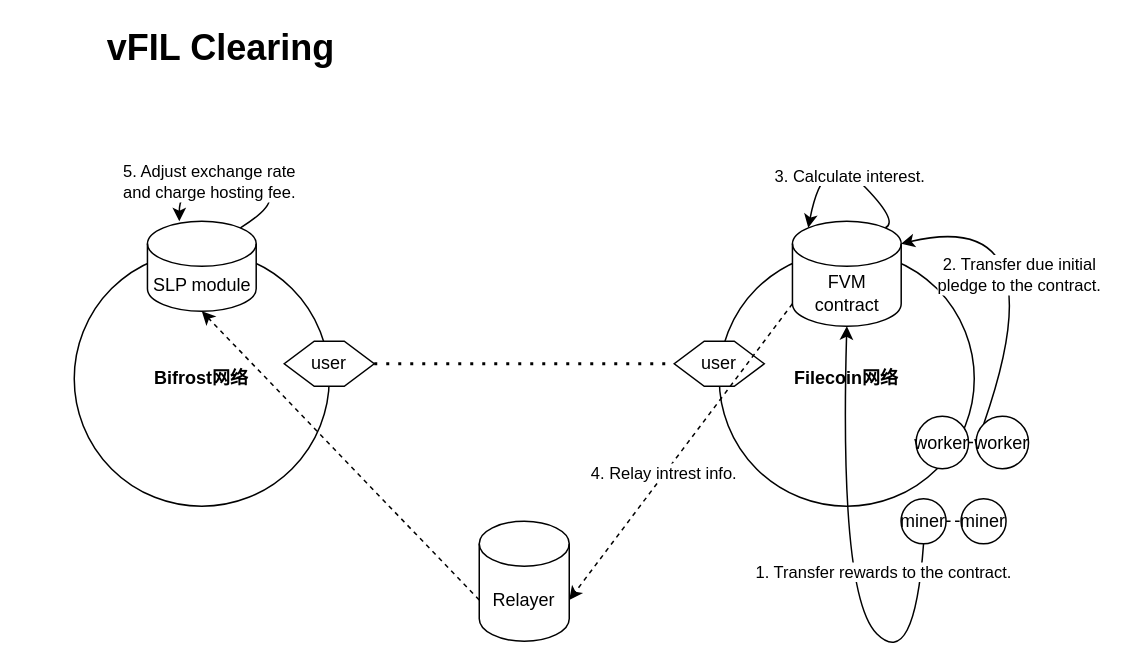
Above: vfil-clearing-fvm.drawio in herryho/flowchars (draw.io), before the change. Source tidied: cells renumbered, new cells numbered last; positions are measured from the earlier drawing's top-left corner, leaving out a move shared by most shapes. Both pictures are drawn from the tidied source at 150%, with x=0, y=0 at pixel (26, 26).
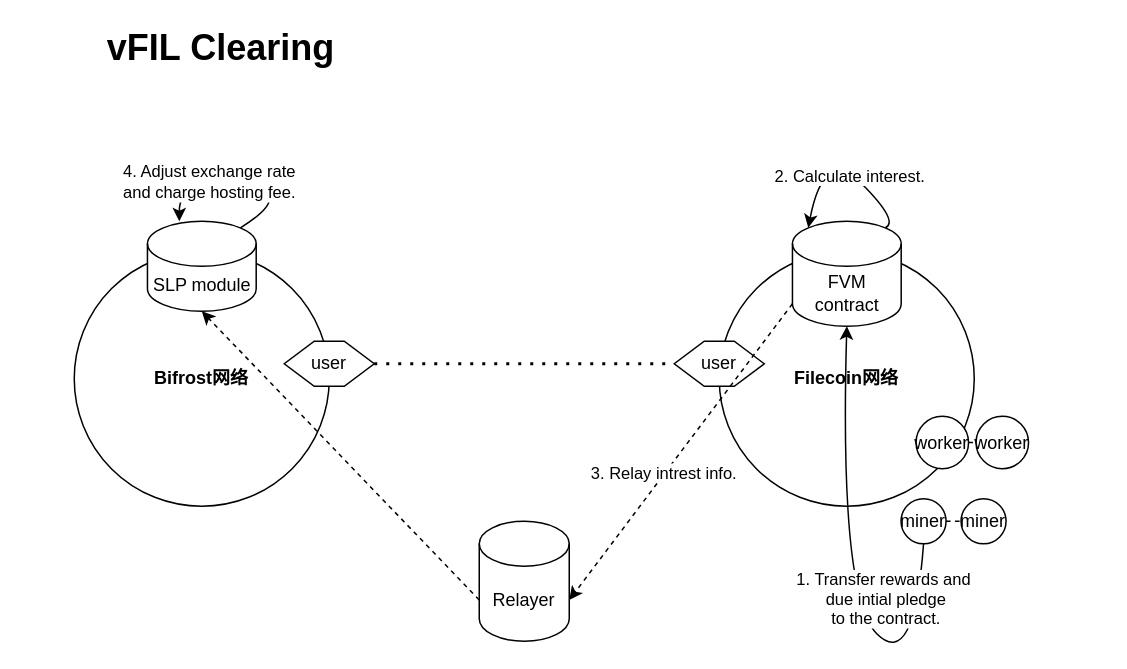
After the change.

Unchanged cells that the change refers to:
```xml
<mxCell id="7" value="FVM contract" style="shape=cylinder3;whiteSpace=wrap;html=1;boundedLbl=1;backgroundOutline=1;size=15;" parent="1" vertex="1">
  <mxGeometry x="510.8" y="130" width="72.5" height="70" as="geometry" />
</mxCell>
<mxCell id="14" style="endArrow=classic;html=1;rounded=0;dashed=1;exitX=0;exitY=1;exitDx=0;exitDy=-15;exitPerimeter=0;entryX=1;entryY=0;entryDx=0;entryDy=52.5;entryPerimeter=0;" parent="1" edge="1" source="7" target="10">
  <mxGeometry relative="1" as="geometry" />
</mxCell>
<mxCell id="18" value="worker" style="ellipse;whiteSpace=wrap;html=1;" parent="1" vertex="1">
  <mxGeometry x="633.2" y="260" width="35" height="35" as="geometry" />
</mxCell>
<mxCell id="20" style="curved=1;endArrow=classic;html=1;rounded=0;exitX=0.5;exitY=1;exitDx=0;exitDy=0;entryX=0.5;entryY=1;entryDx=0;entryDy=0;entryPerimeter=0;" parent="1" edge="1" source="11" target="7">
  <mxGeometry relative="1" as="geometry">
    <Array as="points">
      <mxPoint x="592" y="430" />
      <mxPoint x="542" y="380" />
    </Array>
  </mxGeometry>
</mxCell>
<mxCell id="22" style="curved=1;endArrow=classic;html=1;rounded=0;exitX=0.855;exitY=0;exitDx=0;exitDy=4.35;exitPerimeter=0;entryX=0.293;entryY=0;entryDx=0;entryDy=0;entryPerimeter=0;" parent="1" edge="1" source="9" target="9">
  <mxGeometry relative="1" as="geometry">
    <Array as="points">
      <mxPoint x="182" y="110" />
      <mxPoint x="102" y="100" />
    </Array>
  </mxGeometry>
</mxCell>
<mxCell id="26" style="curved=1;endArrow=classic;html=1;rounded=0;exitX=0.855;exitY=0;exitDx=0;exitDy=4.35;exitPerimeter=0;entryX=0.145;entryY=0;entryDx=0;entryDy=4.35;entryPerimeter=0;" parent="1" edge="1" source="7" target="7">
  <mxGeometry relative="1" as="geometry">
    <Array as="points">
      <mxPoint x="582" y="130" />
      <mxPoint x="532" y="80" />
    </Array>
  </mxGeometry>
</mxCell>
```

Diff of the diagram source:
```diff
@@
-    <mxCell id="15" value="4. Relay intrest info." style="edgeLabel;html=1;align=center;verticalAlign=middle;" parent="14" vertex="1">
+    <mxCell id="15" value="3. Relay intrest info." style="edgeLabel;html=1;align=center;verticalAlign=middle;" parent="14" vertex="1">
       <mxGeometry x="0.15" y="-1" relative="1" as="geometry" />
     </mxCell>
@@
-    <mxCell id="21" value="1. Transfer rewards to the contract.&amp;nbsp;" style="edgeLabel;html=1;align=center;verticalAlign=middle;" parent="20" vertex="1">
+    <mxCell id="21" value="1. Transfer rewards and&amp;nbsp;&lt;br&gt;due intial pledge&lt;br&gt;&amp;nbsp;to the contract.&amp;nbsp;" style="edgeLabel;html=1;align=center;verticalAlign=middle;" parent="20" vertex="1">
       <mxGeometry x="0.03" y="-4" relative="1" as="geometry">
-        <mxPoint x="26" as="offset" />
+        <mxPoint x="26" y="18" as="offset" />
       </mxGeometry>
     </mxCell>
@@
-    <mxCell id="23" value="5. Adjust exchange rate &lt;br&gt;and charge hosting fee." style="edgeLabel;html=1;align=center;verticalAlign=middle;" parent="22" vertex="1">
+    <mxCell id="23" value="4. Adjust exchange rate &lt;br&gt;and charge hosting fee." style="edgeLabel;html=1;align=center;verticalAlign=middle;" parent="22" vertex="1">
       <mxGeometry x="0.36" y="1" relative="1" as="geometry" />
     </mxCell>
-    <mxCell id="24" style="curved=1;endArrow=classic;html=1;rounded=0;exitX=0;exitY=0;exitDx=0;exitDy=0;entryX=1;entryY=0;entryDx=0;entryDy=15;entryPerimeter=0;" parent="1" edge="1" source="18" target="7">
-      <mxGeometry relative="1" as="geometry">
-        <Array as="points">
-          <mxPoint x="689" y="120" />
-        </Array>
-      </mxGeometry>
-    </mxCell>
-    <mxCell id="25" value="2. Transfer due initial &lt;br&gt;pledge to the contract." style="edgeLabel;html=1;align=center;verticalAlign=middle;" parent="24" vertex="1">
-      <mxGeometry x="0.69" y="7" relative="1" as="geometry">
-        <mxPoint x="37" y="23" as="offset" />
-      </mxGeometry>
-    </mxCell>
@@
-    <mxCell id="27" value="3. Calculate interest." style="edgeLabel;html=1;align=center;verticalAlign=middle;" parent="26" vertex="1">
+    <mxCell id="27" value="2. Calculate interest." style="edgeLabel;html=1;align=center;verticalAlign=middle;" parent="26" vertex="1">
       <mxGeometry x="-0.18" y="2" relative="1" as="geometry" />
     </mxCell>
```
